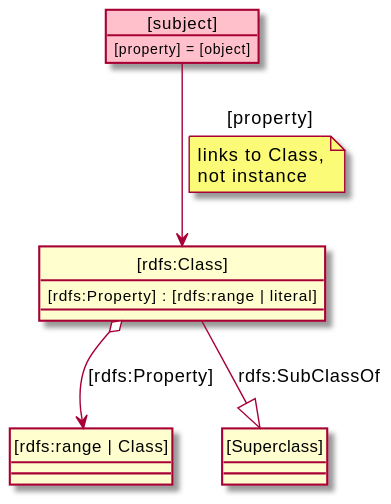
m-ld/m-ld-security-spec keeps this PlantUML diagram as design/img/key.class.svg. Above is the earlier version.
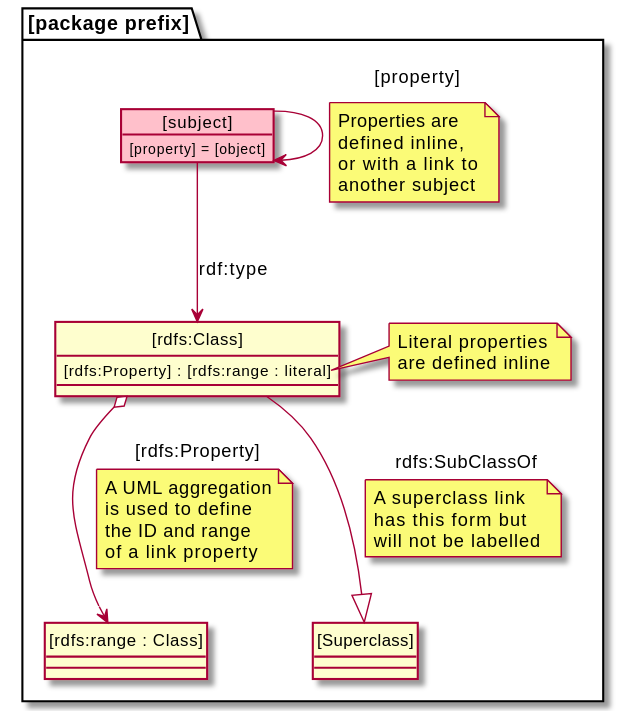
Above is the later version.

Change to the diagram source:
```diff
@@ -5,18 +5,39 @@
   BackgroundColor Pink
 }
 
+package "[package prefix]" {
+
 class "[rdfs:Class]" as class {
-[rdfs:Property] : [rdfs:range | literal]
+[rdfs:Property] : [rdfs:range : literal]
 }
+note right of class::[rdfs:Property]
+Literal properties
+are defined inline
+end note
 object "[subject]" as subject {
 [property] = [object]
 }
-subject --> class : [property]
+subject --> subject : [property]
 note on link
-links to Class,
-not instance
+Properties are
+defined inline,
+or with a link to
+another subject
 end note
-class o--> "[rdfs:range | Class]" : [rdfs:Property]
+subject --> class : rdf:type
+class o--> "[rdfs:range : Class]" : [rdfs:Property]
+note on link
+A UML aggregation
+is used to define
+the ID and range
+of a link property
+end note
 class --|> "[Superclass]" : rdfs:SubClassOf
+note on link
+A superclass link
+has this form but
+will not be labelled
+end note
 
+}
 @enduml
```
